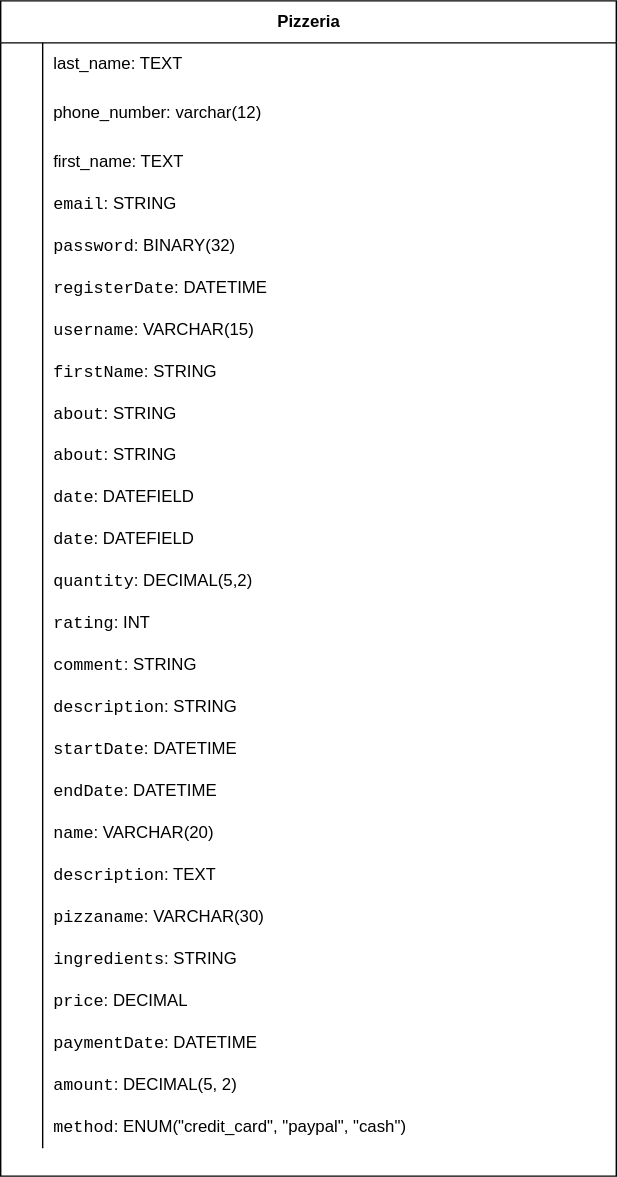
Above: DM.drawio.svg in hacker-niki/DB-DBMS (draw.io), before the change. Source tidied: cells renumbered, new cells last; positions are measured from the earlier drawing's top-left corner, leaving out a move shared by most shapes.
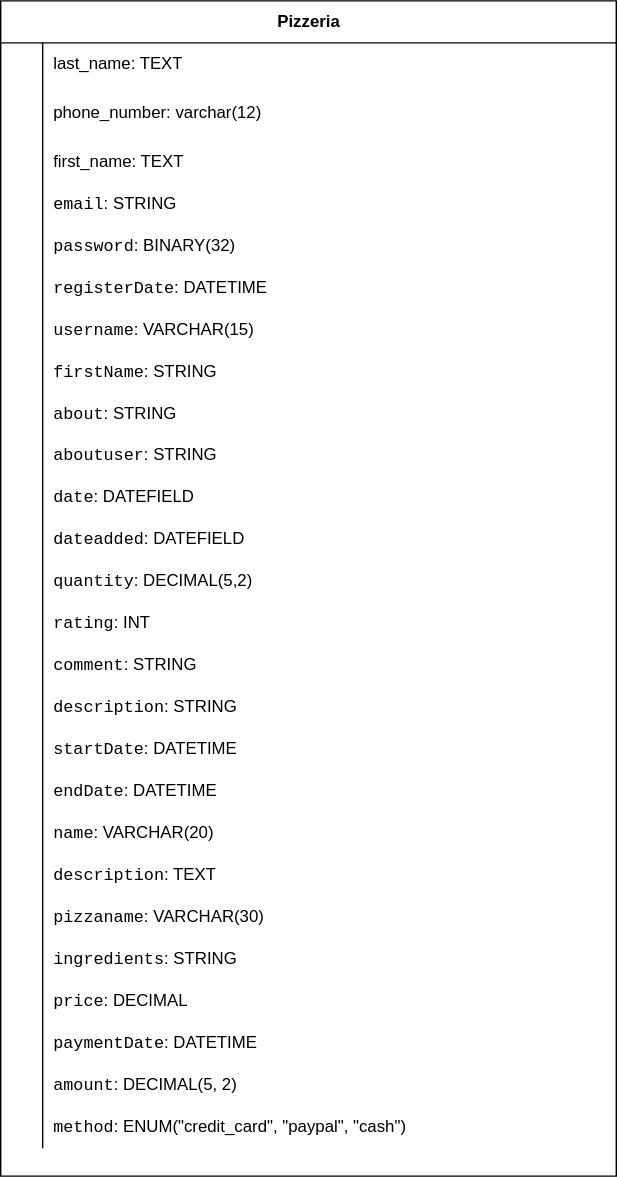
The same diagram one commit later.

What changed in the source:
```diff
@@ -92,7 +92,7 @@
     <mxCell id="31" style="shape=partialRectangle;fillColor=none;top=0;left=0;bottom=0;right=0;overflow=hidden;whiteSpace=wrap;html=1;" parent="30" vertex="1">
       <mxGeometry width="30" height="30" as="geometry" />
     </mxCell>
-    <mxCell id="32" value="&lt;code&gt;about&lt;/code&gt;: STRING" style="shape=partialRectangle;fillColor=none;top=0;left=0;bottom=0;right=0;align=left;spacingLeft=6;overflow=hidden;whiteSpace=wrap;html=1;" parent="30" vertex="1">
+    <mxCell id="32" value="&lt;code&gt;aboutuser&lt;/code&gt;: STRING" style="shape=partialRectangle;fillColor=none;top=0;left=0;bottom=0;right=0;align=left;spacingLeft=6;overflow=hidden;whiteSpace=wrap;html=1;" parent="30" vertex="1">
       <mxGeometry x="30" width="410" height="30" as="geometry" />
     </mxCell>
     <mxCell id="33" style="shape=tableRow;horizontal=0;startSize=0;swimlaneHead=0;swimlaneBody=0;fillColor=none;top=0;left=0;right=0;bottom=0;" parent="2" vertex="1">
@@ -110,7 +110,7 @@
     <mxCell id="37" style="shape=partialRectangle;fillColor=none;top=0;left=0;bottom=0;right=0;overflow=hidden;whiteSpace=wrap;html=1;" parent="36" vertex="1">
       <mxGeometry width="30" height="30" as="geometry" />
     </mxCell>
-    <mxCell id="38" value="&lt;code&gt;date&lt;/code&gt;: DATEFIELD" style="shape=partialRectangle;fillColor=none;top=0;left=0;bottom=0;right=0;align=left;spacingLeft=6;overflow=hidden;whiteSpace=wrap;html=1;" parent="36" vertex="1">
+    <mxCell id="38" value="&lt;code&gt;dateadded&lt;/code&gt;: DATEFIELD" style="shape=partialRectangle;fillColor=none;top=0;left=0;bottom=0;right=0;align=left;spacingLeft=6;overflow=hidden;whiteSpace=wrap;html=1;" parent="36" vertex="1">
       <mxGeometry x="30" width="410" height="30" as="geometry" />
     </mxCell>
     <mxCell id="39" style="shape=tableRow;horizontal=0;startSize=0;swimlaneHead=0;swimlaneBody=0;fillColor=none;top=0;left=0;right=0;bottom=0;" parent="2" vertex="1">
```
